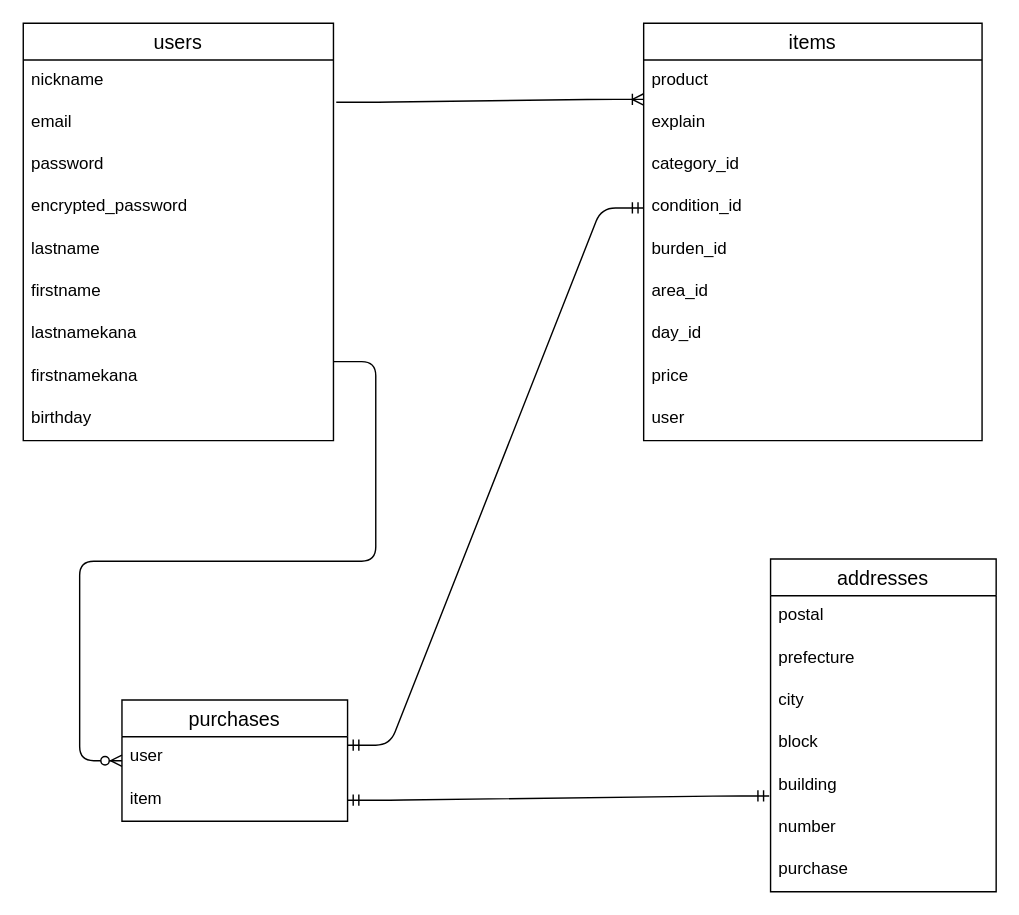
This is test.dio from sugastreet22/furima-32555, a draw.io file, before an edit. Source tidied: cells renumbered, new cells numbered last; positions are measured from the earlier drawing's top-left corner, leaving out a move shared by most shapes. Both pictures are drawn from the tidied source at 141%, with x=0, y=0 at pixel (23, 23).
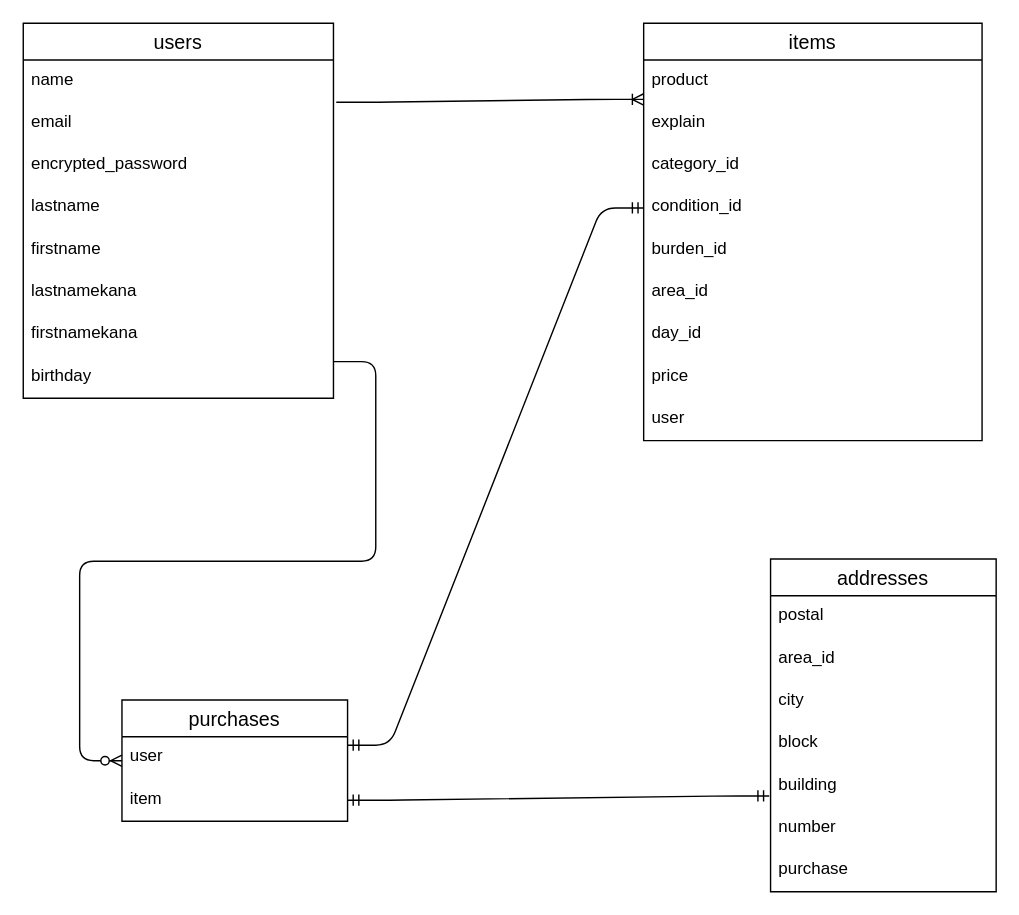
After the change.

The change refers to these unchanged cells:
```xml
<mxCell id="28" value="addresses" style="swimlane;fontStyle=0;horizontal=1;startSize=26;align=center;fontSize=14;" parent="1" vertex="1">
  <mxGeometry x="530" y="380" width="160" height="236" as="geometry" />
</mxCell>
```

Change to the diagram source:
```diff
@@
     <mxCell id="2" value="users" style="swimlane;fontStyle=0;horizontal=1;startSize=26;align=center;fontSize=14;" parent="1" vertex="1">
-      <mxGeometry width="220" height="296" as="geometry" />
+      <mxGeometry width="220" height="266" as="geometry" />
     </mxCell>
-    <mxCell id="3" value="nickname" style="text;strokeColor=none;fillColor=none;spacingLeft=4;spacingRight=4;overflow=hidden;fontSize=12;" parent="2" vertex="1">
+    <mxCell id="3" value="name" style="text;strokeColor=none;fillColor=none;spacingLeft=4;spacingRight=4;overflow=hidden;fontSize=12;" parent="2" vertex="1">
       <mxGeometry y="26" width="220" height="30" as="geometry" />
     </mxCell>
@@
-    <mxCell id="5" value="password" style="text;strokeColor=none;fillColor=none;spacingLeft=4;spacingRight=4;overflow=hidden;fontSize=12;" parent="2" vertex="1">
-      <mxGeometry y="86" width="220" height="30" as="geometry" />
-    </mxCell>
     <mxCell id="6" value="encrypted_password" style="text;strokeColor=none;fillColor=none;spacingLeft=4;spacingRight=4;overflow=hidden;fontSize=12;" parent="2" vertex="1">
-      <mxGeometry y="116" width="220" height="30" as="geometry" />
+      <mxGeometry y="86" width="220" height="30" as="geometry" />
     </mxCell>
     <mxCell id="7" value="lastname" style="text;strokeColor=none;fillColor=none;spacingLeft=4;spacingRight=4;overflow=hidden;fontSize=12;" parent="2" vertex="1">
-      <mxGeometry y="146" width="220" height="30" as="geometry" />
+      <mxGeometry y="116" width="220" height="30" as="geometry" />
     </mxCell>
     <mxCell id="8" value="firstname" style="text;strokeColor=none;fillColor=none;spacingLeft=4;spacingRight=4;overflow=hidden;fontSize=12;" parent="2" vertex="1">
-      <mxGeometry y="176" width="220" height="30" as="geometry" />
+      <mxGeometry y="146" width="220" height="30" as="geometry" />
     </mxCell>
     <mxCell id="9" value="lastnamekana" style="text;strokeColor=none;fillColor=none;spacingLeft=4;spacingRight=4;overflow=hidden;fontSize=12;" parent="2" vertex="1">
-      <mxGeometry y="206" width="220" height="30" as="geometry" />
+      <mxGeometry y="176" width="220" height="30" as="geometry" />
     </mxCell>
     <mxCell id="10" value="firstnamekana" style="text;strokeColor=none;fillColor=none;spacingLeft=4;spacingRight=4;overflow=hidden;fontSize=12;" parent="2" vertex="1">
-      <mxGeometry y="236" width="220" height="30" as="geometry" />
+      <mxGeometry y="206" width="220" height="30" as="geometry" />
     </mxCell>
     <mxCell id="11" value="birthday" style="text;strokeColor=none;fillColor=none;spacingLeft=4;spacingRight=4;overflow=hidden;fontSize=12;" parent="2" vertex="1">
-      <mxGeometry y="266" width="220" height="30" as="geometry" />
+      <mxGeometry y="236" width="220" height="30" as="geometry" />
     </mxCell>
@@
-    <mxCell id="30" value="prefecture" style="text;strokeColor=none;fillColor=none;spacingLeft=4;spacingRight=4;overflow=hidden;fontSize=12;" parent="28" vertex="1">
+    <mxCell id="30" value="area_id" style="text;strokeColor=none;fillColor=none;spacingLeft=4;spacingRight=4;overflow=hidden;fontSize=12;" parent="28" vertex="1">
       <mxGeometry y="56" width="160" height="30" as="geometry" />
     </mxCell>
```
